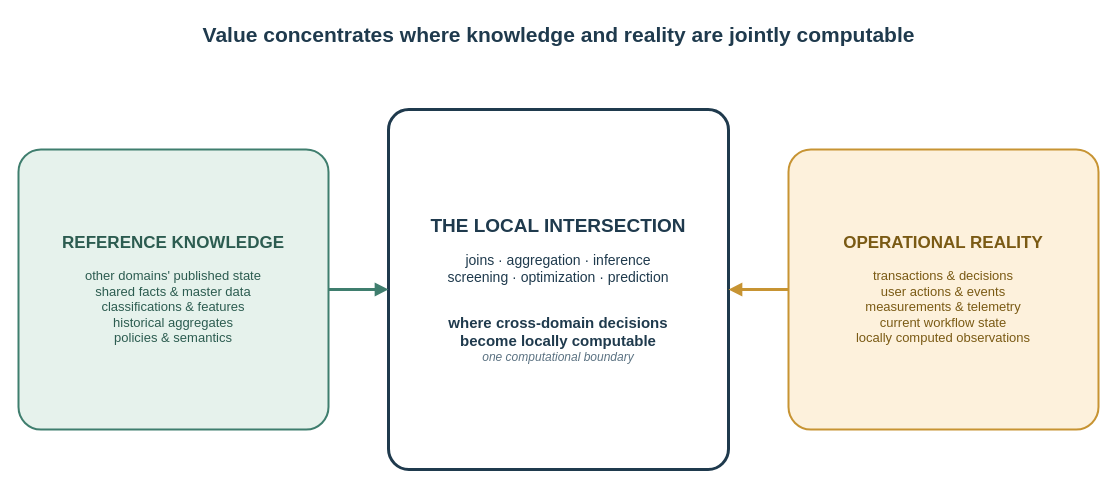
The draw.io diagram content/posts/freshness-isnt-the-only-axis/local-intersection.drawio in AlexeyEvlampiev/alexeyevlampiev.github.io, before the edit. Source tidied: cells renumbered, new cells numbered last; positions are measured from the earlier drawing's top-left corner, leaving out a move shared by most shapes. Both pictures are drawn from the tidied source at 100%, with x=0, y=0 at pixel (18, 17).
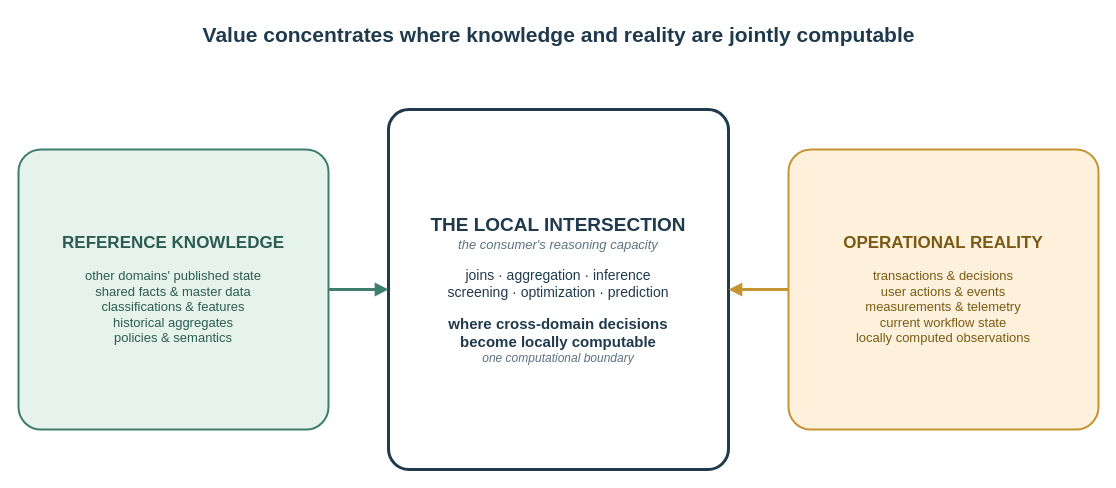
The same diagram, later.

Diff of the diagram source:
```diff
@@
 <mxGraphModel>
   <root>
     <mxCell id="0" />
     <mxCell id="1" parent="0" />
     <mxCell id="2" value="Value concentrates where knowledge and reality are jointly computable" style="text;html=1;fontSize=21;fontStyle=1;fontColor=#1f3a4d;align=center;verticalAlign=middle;" parent="1" vertex="1">
       <mxGeometry width="1080" height="34" as="geometry" />
     </mxCell>
     <mxCell id="3" value="&lt;font style=&quot;font-size:17px&quot;&gt;&lt;b&gt;REFERENCE KNOWLEDGE&lt;/b&gt;&lt;/font&gt;&lt;br&gt;&lt;br&gt;&lt;font style=&quot;font-size:13px&quot;&gt;other domains&amp;#39; published state&lt;br&gt;shared facts &amp;amp; master data&lt;br&gt;classifications &amp;amp; features&lt;br&gt;historical aggregates&lt;br&gt;policies &amp;amp; semantics&lt;/font&gt;" style="rounded=1;whiteSpace=wrap;html=1;fillColor=#e6f2ec;strokeColor=#3f7e6e;strokeWidth=2;fontColor=#2c5c50;arcSize=8;verticalAlign=middle;" parent="1" vertex="1">
       <mxGeometry y="132" width="310" height="280" as="geometry" />
     </mxCell>
     <mxCell id="4" value="&lt;font style=&quot;font-size:17px&quot;&gt;&lt;b&gt;OPERATIONAL REALITY&lt;/b&gt;&lt;/font&gt;&lt;br&gt;&lt;br&gt;&lt;font style=&quot;font-size:13px&quot;&gt;transactions &amp;amp; decisions&lt;br&gt;user actions &amp;amp; events&lt;br&gt;measurements &amp;amp; telemetry&lt;br&gt;current workflow state&lt;br&gt;locally computed observations&lt;/font&gt;" style="rounded=1;whiteSpace=wrap;html=1;fillColor=#fdf1dc;strokeColor=#c79433;strokeWidth=2;fontColor=#7a5a14;arcSize=8;verticalAlign=middle;" parent="1" vertex="1">
       <mxGeometry x="770" y="132" width="310" height="280" as="geometry" />
     </mxCell>
-    <mxCell id="5" value="&lt;font style=&quot;font-size:19px&quot;&gt;&lt;b&gt;THE LOCAL INTERSECTION&lt;/b&gt;&lt;/font&gt;&lt;br&gt;&lt;br&gt;&lt;font style=&quot;font-size:14px&quot;&gt;joins &amp;#183; aggregation &amp;#183; inference&lt;br&gt;screening &amp;#183; optimization &amp;#183; prediction&lt;/font&gt;&lt;br&gt;&lt;br&gt;&lt;br&gt;&lt;font style=&quot;font-size:15px&quot; color=&quot;#1f3a4d&quot;&gt;&lt;b&gt;where cross-domain decisions&lt;br&gt;become locally computable&lt;/b&gt;&lt;/font&gt;&lt;br&gt;&lt;font style=&quot;font-size:12px&quot; color=&quot;#5b7282&quot;&gt;&lt;i&gt;one computational boundary&lt;/i&gt;&lt;/font&gt;" style="rounded=1;whiteSpace=wrap;html=1;fillColor=#ffffff;strokeColor=#1f3a4d;strokeWidth=3;fontColor=#1f3a4d;arcSize=6;verticalAlign=middle;" parent="1" vertex="1">
+    <mxCell id="5" value="&lt;font style=&quot;font-size:19px&quot;&gt;&lt;b&gt;THE LOCAL INTERSECTION&lt;/b&gt;&lt;/font&gt;&lt;br&gt;&lt;font style=&quot;font-size:13px&quot; color=&quot;#5b7282&quot;&gt;&lt;i&gt;the consumer&amp;#39;s reasoning capacity&lt;/i&gt;&lt;/font&gt;&lt;br&gt;&lt;br&gt;&lt;font style=&quot;font-size:14px&quot;&gt;joins &amp;#183; aggregation &amp;#183; inference&lt;br&gt;screening &amp;#183; optimization &amp;#183; prediction&lt;/font&gt;&lt;br&gt;&lt;br&gt;&lt;font style=&quot;font-size:15px&quot; color=&quot;#1f3a4d&quot;&gt;&lt;b&gt;where cross-domain decisions&lt;br&gt;become locally computable&lt;/b&gt;&lt;/font&gt;&lt;br&gt;&lt;font style=&quot;font-size:12px&quot; color=&quot;#5b7282&quot;&gt;&lt;i&gt;one computational boundary&lt;/i&gt;&lt;/font&gt;" style="rounded=1;whiteSpace=wrap;html=1;fillColor=#ffffff;strokeColor=#1f3a4d;strokeWidth=3;fontColor=#1f3a4d;arcSize=6;verticalAlign=middle;" parent="1" vertex="1">
       <mxGeometry x="370" y="92" width="340" height="360" as="geometry" />
     </mxCell>
     <mxCell id="6" style="endArrow=block;html=1;strokeColor=#3f7e6e;strokeWidth=3;exitX=1;exitY=0.5;exitDx=0;exitDy=0;entryX=0;entryY=0.5;entryDx=0;entryDy=0;" parent="1" edge="1" source="3" target="5">
       <mxGeometry relative="1" as="geometry" />
     </mxCell>
     <mxCell id="7" style="endArrow=block;html=1;strokeColor=#c79433;strokeWidth=3;exitX=0;exitY=0.5;exitDx=0;exitDy=0;entryX=1;entryY=0.5;entryDx=0;entryDy=0;" parent="1" edge="1" source="4" target="5">
       <mxGeometry relative="1" as="geometry" />
     </mxCell>
   </root>
 </mxGraphModel>
```
